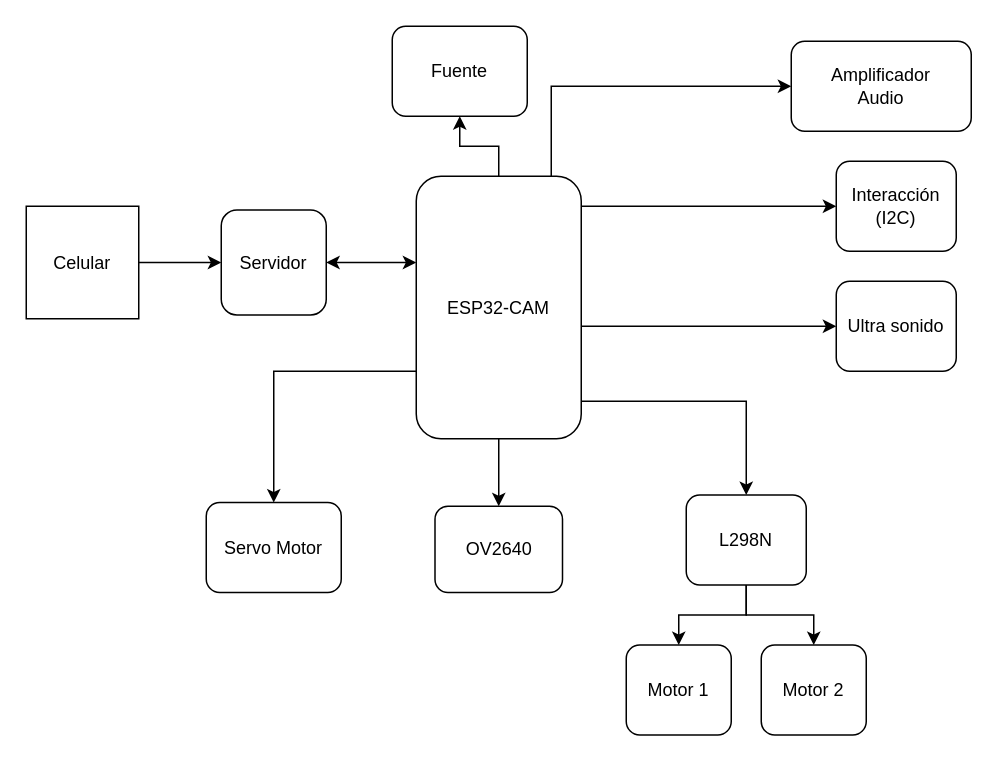
Above: Diagrama_bloques.drawio in Davidariza99/Ejemplo-1 (draw.io), before the change. Source tidied: cells renumbered, new cells numbered last; positions are measured from the earlier drawing's top-left corner, leaving out a move shared by most shapes. Both pictures are drawn from the tidied source at 150%, with x=0, y=0 at pixel (26, 26).
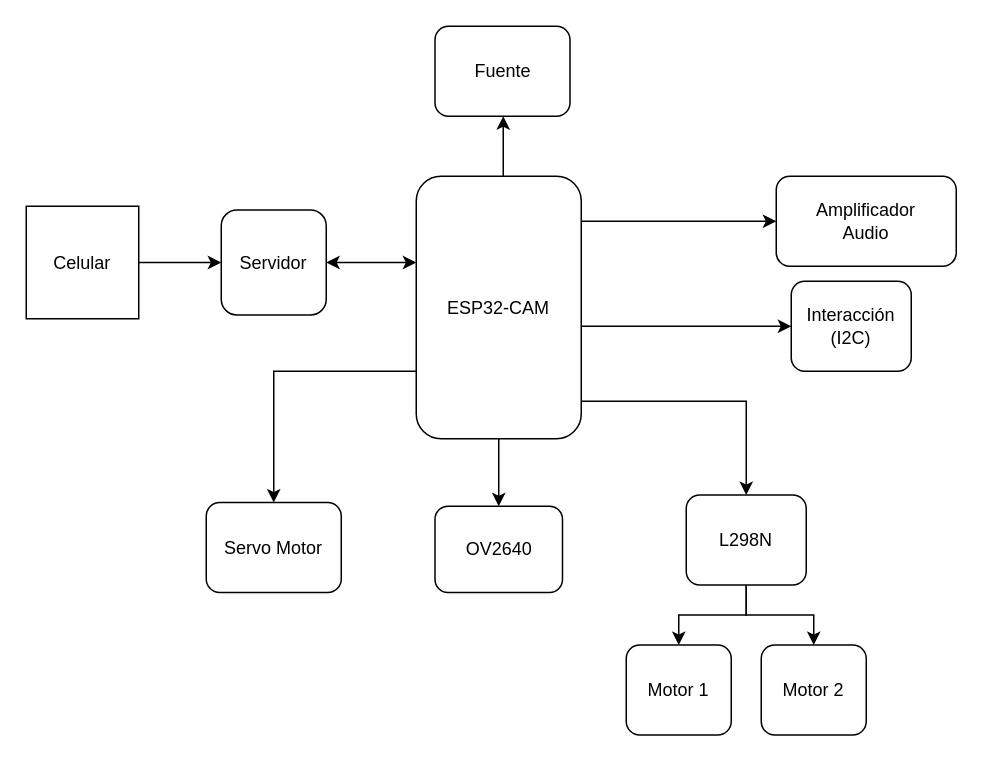
The same page after the edit.

The change refers to these unchanged cells:
```xml
<mxCell id="11" value="ESP32-CAM" style="rounded=1;whiteSpace=wrap;html=1;strokeWidth=1;" parent="1" vertex="1">
  <mxGeometry x="260" y="100" width="110" height="175" as="geometry" />
</mxCell>
```

The edit, as a diff of the source:
```diff
@@
-    <mxCell id="5" style="edgeStyle=orthogonalEdgeStyle;rounded=0;jettySize=auto;html=1;" parent="1" edge="1" source="11" target="20">
-      <mxGeometry relative="1" as="geometry">
-        <Array as="points">
-          <mxPoint x="490" y="200" />
-          <mxPoint x="490" y="200" />
-        </Array>
-      </mxGeometry>
-    </mxCell>
     <mxCell id="6" style="edgeStyle=orthogonalEdgeStyle;rounded=0;jettySize=auto;html=1;entryX=0;entryY=0.5;entryDx=0;entryDy=0;" parent="1" edge="1" source="11" target="21">
       <mxGeometry relative="1" as="geometry">
         <Array as="points">
-          <mxPoint x="460" y="120" />
-          <mxPoint x="460" y="120" />
+          <mxPoint x="510" y="200" />
+          <mxPoint x="510" y="200" />
         </Array>
       </mxGeometry>
     </mxCell>
@@
     <mxCell id="9" style="edgeStyle=orthogonalEdgeStyle;rounded=0;jettySize=auto;html=1;entryX=0;entryY=0.5;entryDx=0;entryDy=0;" parent="1" edge="1" source="11" target="24">
       <mxGeometry relative="1" as="geometry">
         <Array as="points">
-          <mxPoint x="350" y="40" />
+          <mxPoint x="500" y="130" />
+          <mxPoint x="500" y="130" />
         </Array>
       </mxGeometry>
     </mxCell>
     <mxCell id="10" style="edgeStyle=orthogonalEdgeStyle;rounded=0;jettySize=auto;html=1;" parent="1" edge="1" source="11" target="23">
-      <mxGeometry relative="1" as="geometry" />
+      <mxGeometry relative="1" as="geometry">
+        <Array as="points">
+          <mxPoint x="318" y="90" />
+          <mxPoint x="318" y="90" />
+        </Array>
+      </mxGeometry>
     </mxCell>
@@
-    <mxCell id="20" value="Ultra sonido" style="whiteSpace=wrap;html=1;rounded=1;strokeWidth=1;" parent="1" vertex="1">
-      <mxGeometry x="540" y="170" width="80" height="60" as="geometry" />
-    </mxCell>
     <mxCell id="21" value="Interacción&lt;br&gt;(I2C)" style="whiteSpace=wrap;html=1;rounded=1;strokeWidth=1;" parent="1" vertex="1">
-      <mxGeometry x="540" y="90" width="80" height="60" as="geometry" />
+      <mxGeometry x="510" y="170" width="80" height="60" as="geometry" />
     </mxCell>
@@
     <mxCell id="23" value="Fuente" style="rounded=1;whiteSpace=wrap;html=1;" parent="1" vertex="1">
-      <mxGeometry x="244" width="90" height="60" as="geometry" />
+      <mxGeometry x="272.5" width="90" height="60" as="geometry" />
     </mxCell>
     <mxCell id="24" value="Amplificador&lt;br&gt;Audio" style="rounded=1;whiteSpace=wrap;html=1;" parent="1" vertex="1">
-      <mxGeometry x="510" y="10" width="120" height="60" as="geometry" />
+      <mxGeometry x="500" y="100" width="120" height="60" as="geometry" />
     </mxCell>
```
